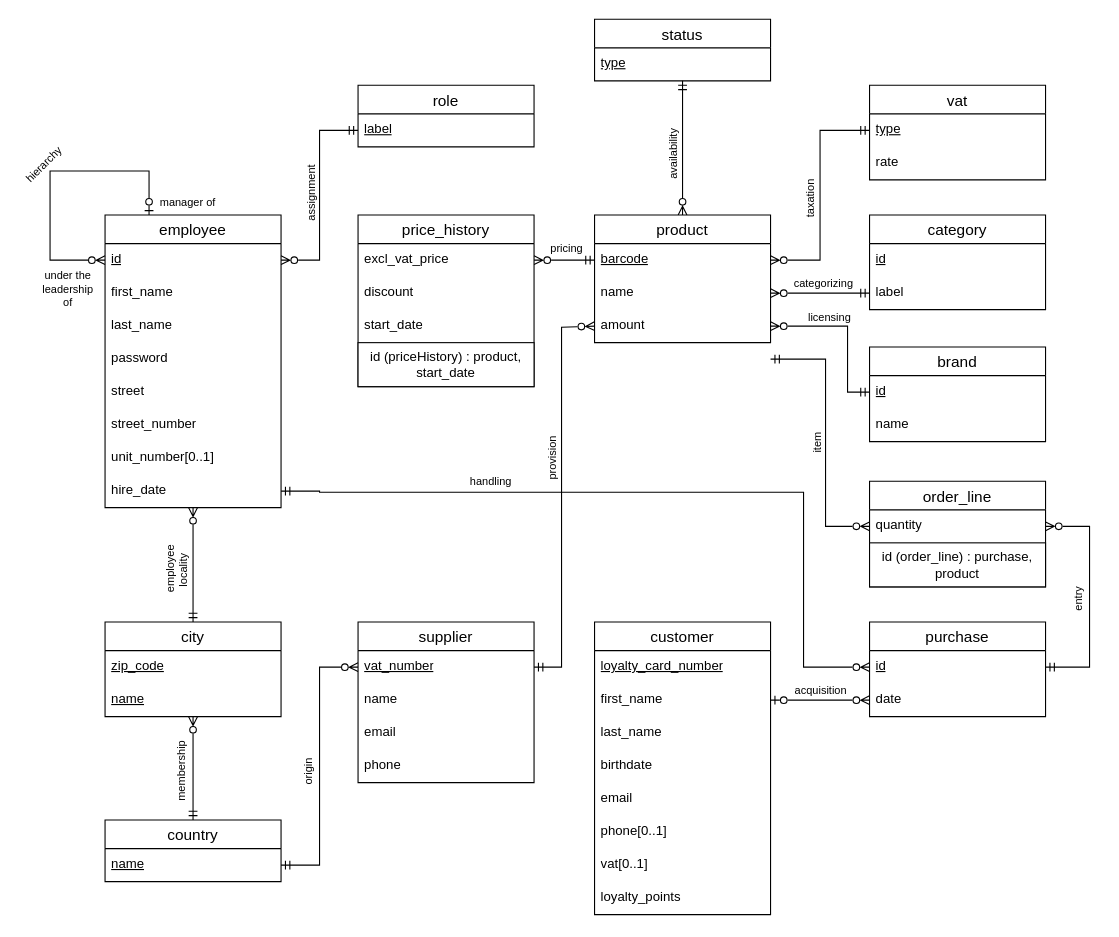
This is docs/DB/ER_diagram.drawio from maxoux53/petit-bazar, a draw.io file, before an edit. Source tidied: cells renumbered, new cells numbered last; positions are measured from the earlier drawing's top-left corner, leaving out a move shared by most shapes. Both pictures are drawn from the tidied source at 110%, with x=0, y=0 at pixel (16, 19).
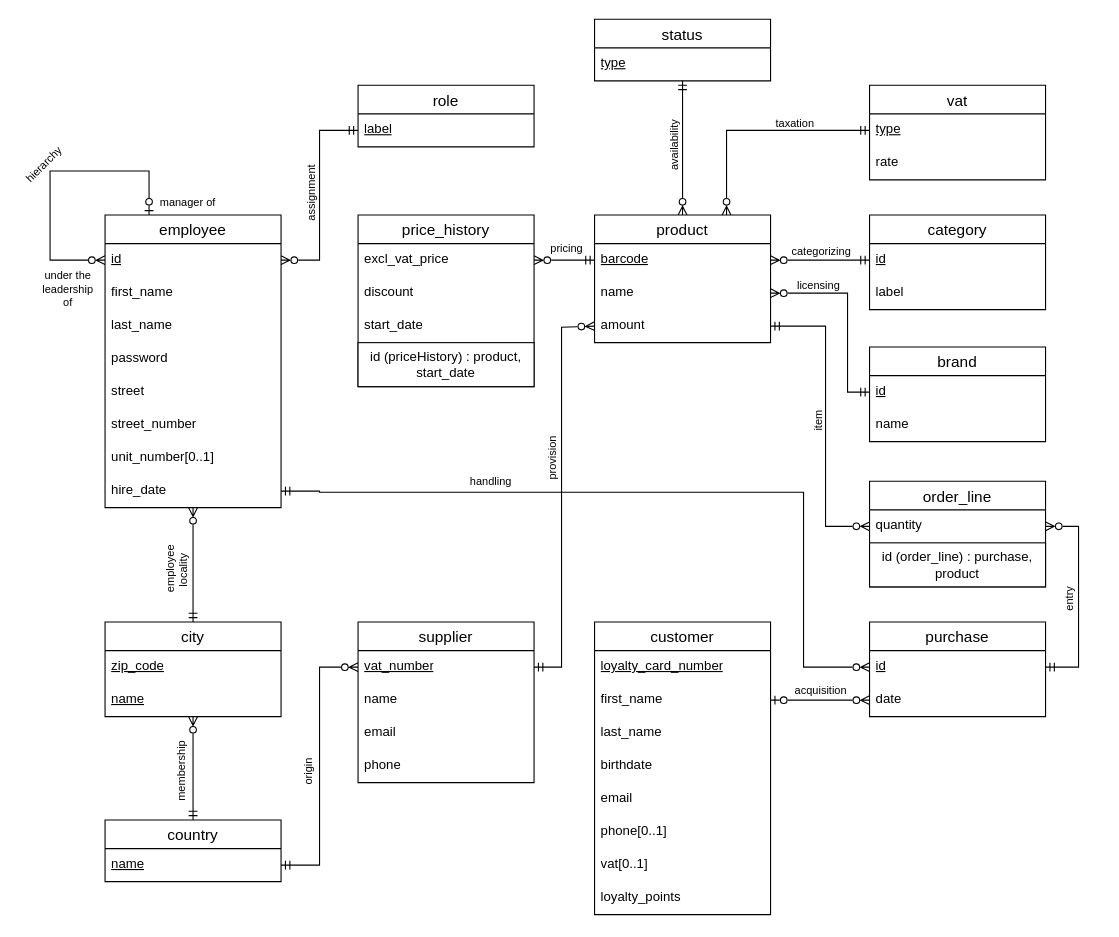
The same diagram, later.

Unchanged cells that the change refers to:
```xml
<mxCell id="13" style="edgeStyle=orthogonalEdgeStyle;rounded=0;jettySize=auto;html=1;exitX=0.5;exitY=0;exitDx=0;exitDy=0;endArrow=ERmandOne;endFill=0;startArrow=ERzeroToMany;startFill=0;" parent="1" edge="1" source="15" target="88">
  <mxGeometry relative="1" as="geometry" />
</mxCell>
<mxCell id="15" value="product" style="swimlane;fontStyle=0;horizontal=1;startSize=26;align=center;fontSize=14;" parent="1" vertex="1">
  <mxGeometry x="525" y="178" width="160" height="116" as="geometry" />
</mxCell>
<mxCell id="16" value="&lt;u&gt;barcode&lt;/u&gt;" style="text;strokeColor=none;fillColor=none;spacingLeft=4;spacingRight=4;overflow=hidden;points=[[0,0.5],[1,0.5]];portConstraint=eastwest;fontSize=12;whiteSpace=wrap;html=1;" parent="15" vertex="1">
  <mxGeometry y="26" width="160" height="30" as="geometry" />
</mxCell>
<mxCell id="17" value="name" style="text;strokeColor=none;fillColor=none;spacingLeft=4;spacingRight=4;overflow=hidden;points=[[0,0.5],[1,0.5]];portConstraint=eastwest;fontSize=12;whiteSpace=wrap;html=1;" parent="15" vertex="1">
  <mxGeometry y="56" width="160" height="30" as="geometry" />
</mxCell>
<mxCell id="18" value="amount" style="text;strokeColor=none;fillColor=none;spacingLeft=4;spacingRight=4;overflow=hidden;points=[[0,0.5],[1,0.5]];portConstraint=eastwest;fontSize=12;whiteSpace=wrap;html=1;" parent="15" vertex="1">
  <mxGeometry y="86" width="160" height="30" as="geometry" />
</mxCell>
<mxCell id="20" value="&lt;u&gt;id&lt;/u&gt;" style="text;strokeColor=none;fillColor=none;spacingLeft=4;spacingRight=4;overflow=hidden;points=[[0,0.5],[1,0.5]];portConstraint=eastwest;fontSize=12;whiteSpace=wrap;html=1;" parent="19" vertex="1">
  <mxGeometry y="26" width="160" height="30" as="geometry" />
</mxCell>
<mxCell id="49" value="&lt;u&gt;id&lt;/u&gt;" style="text;strokeColor=none;fillColor=none;spacingLeft=4;spacingRight=4;overflow=hidden;points=[[0,0.5],[1,0.5]];portConstraint=eastwest;fontSize=12;whiteSpace=wrap;html=1;" parent="48" vertex="1">
  <mxGeometry y="26" width="160" height="30" as="geometry" />
</mxCell>
<mxCell id="52" value="quantity" style="text;strokeColor=none;fillColor=none;spacingLeft=4;spacingRight=4;overflow=hidden;points=[[0,0.5],[1,0.5]];portConstraint=eastwest;fontSize=12;whiteSpace=wrap;html=1;" parent="51" vertex="1">
  <mxGeometry y="26" width="160" height="30" as="geometry" />
</mxCell>
<mxCell id="64" value="&lt;u&gt;id&lt;/u&gt;" style="text;strokeColor=none;fillColor=none;spacingLeft=4;spacingRight=4;overflow=hidden;points=[[0,0.5],[1,0.5]];portConstraint=eastwest;fontSize=12;whiteSpace=wrap;html=1;" parent="63" vertex="1">
  <mxGeometry y="26" width="160" height="30" as="geometry" />
</mxCell>
<mxCell id="65" value="label" style="text;strokeColor=none;fillColor=none;spacingLeft=4;spacingRight=4;overflow=hidden;points=[[0,0.5],[1,0.5]];portConstraint=eastwest;fontSize=12;whiteSpace=wrap;html=1;" parent="63" vertex="1">
  <mxGeometry y="56" width="160" height="30" as="geometry" />
</mxCell>
<mxCell id="68" value="&lt;u&gt;type&lt;/u&gt;" style="text;strokeColor=none;fillColor=none;spacingLeft=4;spacingRight=4;overflow=hidden;points=[[0,0.5],[1,0.5]];portConstraint=eastwest;fontSize=12;whiteSpace=wrap;html=1;" parent="67" vertex="1">
  <mxGeometry y="26" width="160" height="30" as="geometry" />
</mxCell>
```

The edit, as a diff of the source:
```diff
@@
-    <mxCell id="14" value="&lt;font style=&quot;font-size: 10px;&quot;&gt;availability&lt;/font&gt;" style="edgeLabel;html=1;align=center;verticalAlign=middle;rotation=-90;" parent="13" vertex="1">
+    <mxCell id="14" value="&lt;font&gt;availability&lt;/font&gt;" style="edgeLabel;html=1;align=center;verticalAlign=middle;rotation=-90;fontSize=10;" parent="13" vertex="1">
       <mxGeometry x="-0.15" y="-1" relative="1" as="geometry">
-        <mxPoint x="-11" y="-2" as="offset" />
+        <mxPoint x="-10" y="-10" as="offset" />
       </mxGeometry>
     </mxCell>
@@
-    <mxCell id="57" style="edgeStyle=orthogonalEdgeStyle;rounded=0;jettySize=auto;html=1;exitX=1;exitY=0.5;exitDx=0;exitDy=0;entryX=0;entryY=0.5;entryDx=0;entryDy=0;endArrow=ERmandOne;endFill=0;startArrow=ERzeroToMany;startFill=0;" parent="1" edge="1" source="18" target="20">
+    <mxCell id="57" style="edgeStyle=orthogonalEdgeStyle;rounded=0;jettySize=auto;html=1;exitX=1;exitY=0.5;exitDx=0;exitDy=0;entryX=0;entryY=0.5;entryDx=0;entryDy=0;endArrow=ERmandOne;endFill=0;startArrow=ERzeroToMany;startFill=0;" parent="1" edge="1" source="17" target="20">
       <mxGeometry relative="1" as="geometry">
         <Array as="points">
-          <mxPoint x="755" y="279" />
+          <mxPoint x="755" y="249" />
           <mxPoint x="755" y="339" />
         </Array>
       </mxGeometry>
     </mxCell>
-    <mxCell id="58" style="edgeStyle=orthogonalEdgeStyle;rounded=0;jettySize=auto;html=1;exitX=1;exitY=0.5;exitDx=0;exitDy=0;entryX=0;entryY=0.5;entryDx=0;entryDy=0;endArrow=ERzeroToMany;endFill=0;startArrow=ERmandOne;startFill=0;" parent="1" edge="1" target="52">
+    <mxCell id="58" style="edgeStyle=orthogonalEdgeStyle;rounded=0;jettySize=auto;html=1;exitX=1;exitY=0.5;exitDx=0;exitDy=0;entryX=0;entryY=0.5;entryDx=0;entryDy=0;endArrow=ERzeroToMany;endFill=0;startArrow=ERmandOne;startFill=0;" parent="1" edge="1" source="18" target="52">
       <mxGeometry relative="1" as="geometry">
-        <mxPoint x="685" y="309" as="sourcePoint" />
         <Array as="points">
-          <mxPoint x="735" y="309" />
+          <mxPoint x="735" y="279" />
           <mxPoint x="735" y="461" />
         </Array>
       </mxGeometry>
     </mxCell>
     <mxCell id="59" style="edgeStyle=orthogonalEdgeStyle;rounded=0;jettySize=auto;html=1;exitX=1;exitY=0.5;exitDx=0;exitDy=0;entryX=1;entryY=0.5;entryDx=0;entryDy=0;endArrow=ERmandOne;endFill=0;startArrow=ERzeroToMany;startFill=0;" parent="1" edge="1" source="52" target="49">
       <mxGeometry relative="1" as="geometry">
         <Array as="points">
-          <mxPoint x="975" y="461" />
-          <mxPoint x="975" y="589" />
+          <mxPoint x="965" y="461" />
+          <mxPoint x="965" y="589" />
         </Array>
       </mxGeometry>
     </mxCell>
@@
-    <mxCell id="66" style="edgeStyle=orthogonalEdgeStyle;rounded=0;jettySize=auto;html=1;exitX=1;exitY=0.5;exitDx=0;exitDy=0;entryX=0;entryY=0.5;entryDx=0;entryDy=0;startArrow=ERzeroToMany;startFill=0;endArrow=ERmandOne;endFill=0;" parent="1" edge="1" source="17" target="65">
+    <mxCell id="66" style="edgeStyle=orthogonalEdgeStyle;rounded=0;jettySize=auto;html=1;exitX=1;exitY=0.5;exitDx=0;exitDy=0;entryX=0;entryY=0.5;entryDx=0;entryDy=0;startArrow=ERzeroToMany;startFill=0;endArrow=ERmandOne;endFill=0;" parent="1" edge="1" source="16" target="64">
       <mxGeometry relative="1" as="geometry" />
     </mxCell>
@@
-    <mxCell id="70" style="edgeStyle=orthogonalEdgeStyle;rounded=0;jettySize=auto;html=1;exitX=0;exitY=0.5;exitDx=0;exitDy=0;entryX=1;entryY=0.5;entryDx=0;entryDy=0;endArrow=ERzeroToMany;endFill=0;startArrow=ERmandOne;startFill=0;" parent="1" edge="1" source="68" target="16">
+    <mxCell id="70" style="edgeStyle=orthogonalEdgeStyle;rounded=0;jettySize=auto;html=1;exitX=0;exitY=0.5;exitDx=0;exitDy=0;entryX=0.75;entryY=0;entryDx=0;entryDy=0;endArrow=ERzeroToMany;endFill=0;startArrow=ERmandOne;startFill=0;" parent="1" edge="1" source="68" target="15">
       <mxGeometry relative="1" as="geometry" />
     </mxCell>
@@
-    <mxCell id="78" value="&lt;div&gt;taxation&lt;/div&gt;" style="text;html=1;align=center;verticalAlign=middle;whiteSpace=wrap;rounded=0;rotation=-90;fontSize=10;" parent="1" vertex="1">
-      <mxGeometry x="696" y="153" width="50" height="20" as="geometry" />
+    <mxCell id="78" value="&lt;div&gt;taxation&lt;/div&gt;" style="text;html=1;align=center;verticalAlign=middle;whiteSpace=wrap;rounded=0;rotation=0;fontSize=10;" parent="1" vertex="1">
+      <mxGeometry x="686" y="88" width="43" height="11.5" as="geometry" />
     </mxCell>
     <mxCell id="79" value="&lt;div&gt;licensing&lt;/div&gt;" style="text;html=1;align=center;verticalAlign=middle;whiteSpace=wrap;rounded=0;rotation=0;fontSize=10;" parent="1" vertex="1">
-      <mxGeometry x="714" y="261" width="50" height="20" as="geometry" />
+      <mxGeometry x="705" y="235.8" width="48" height="11.5" as="geometry" />
     </mxCell>
     <mxCell id="80" value="&lt;div&gt;categorizing&lt;/div&gt;" style="text;html=1;align=center;verticalAlign=middle;whiteSpace=wrap;rounded=0;rotation=0;fontSize=10;" parent="1" vertex="1">
-      <mxGeometry x="704" y="232" width="59" height="15" as="geometry" />
+      <mxGeometry x="702" y="203" width="59" height="15" as="geometry" />
     </mxCell>
@@
     <mxCell id="85" value="&lt;div&gt;item&lt;/div&gt;" style="text;html=1;align=center;verticalAlign=middle;whiteSpace=wrap;rounded=0;rotation=-90;fontSize=10;" parent="1" vertex="1">
-      <mxGeometry x="712" y="375" width="30" height="20" as="geometry" />
+      <mxGeometry x="713" y="355" width="30" height="20" as="geometry" />
     </mxCell>
     <mxCell id="86" value="&lt;div&gt;entry&lt;/div&gt;" style="text;html=1;align=center;verticalAlign=middle;whiteSpace=wrap;rounded=0;rotation=-90;fontSize=10;" parent="1" vertex="1">
-      <mxGeometry x="950" y="517" width="30" height="20" as="geometry" />
+      <mxGeometry x="941" y="518.5" width="30" height="17" as="geometry" />
     </mxCell>
```
